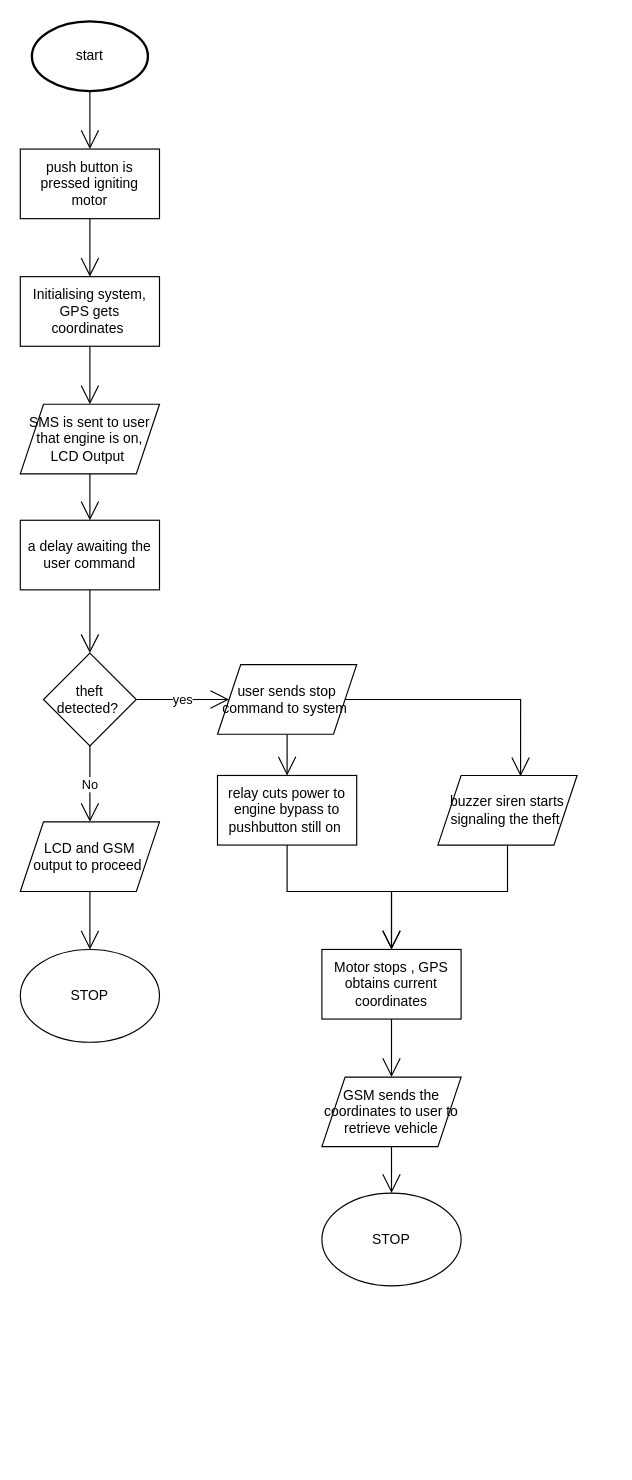
Above: trackerproject.drawio in periskaranga/periskaranga.github.io (draw.io), before the change. Source tidied: cells renumbered, new cells numbered last; positions are measured from the earlier drawing's top-left corner, leaving out a move shared by most shapes. Both pictures are drawn from the tidied source at 116%, with x=0, y=0 at pixel (20, 21).
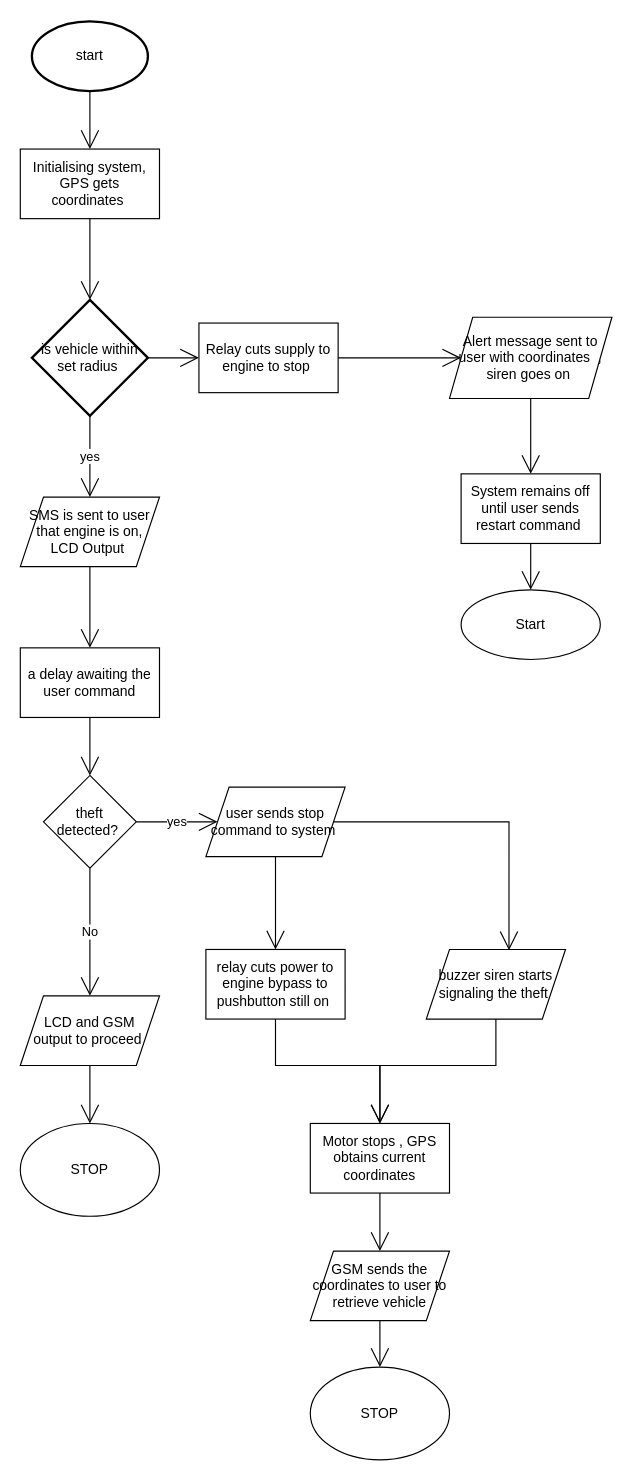
The same page after the edit.

The change refers to these unchanged cells:
```xml
<mxCell id="3" value="start" style="strokeWidth=2;html=1;shape=mxgraph.flowchart.start_1;whiteSpace=wrap;hachureGap=4;" parent="1" vertex="1">
  <mxGeometry x="10" width="100" height="60" as="geometry" />
</mxCell>
```

Change to the diagram source:
```diff
@@
-    <mxCell id="2" style="edgeStyle=none;curved=1;rounded=0;jettySize=auto;html=1;exitX=0.5;exitY=1;exitDx=0;exitDy=0;exitPerimeter=0;entryX=0.5;entryY=0;entryDx=0;entryDy=0;endArrow=open;startSize=14;endSize=14;sourcePerimeterSpacing=8;targetPerimeterSpacing=8;" parent="1" edge="1" source="3" target="7">
-      <mxGeometry relative="1" as="geometry" />
+    <mxCell id="2" style="edgeStyle=none;curved=1;rounded=0;jettySize=auto;html=1;exitX=0.5;exitY=1;exitDx=0;exitDy=0;exitPerimeter=0;entryX=0.5;entryY=0;entryDx=0;entryDy=0;endArrow=open;startSize=14;endSize=14;sourcePerimeterSpacing=8;targetPerimeterSpacing=8;" parent="1" edge="1" source="3">
+      <mxGeometry relative="1" as="geometry">
+        <mxPoint x="60" y="110" as="targetPoint" />
+      </mxGeometry>
     </mxCell>
@@
-    <mxCell id="4" style="edgeStyle=none;curved=1;rounded=0;jettySize=auto;html=1;exitX=0.5;exitY=1;exitDx=0;exitDy=0;entryX=0.5;entryY=0;entryDx=0;entryDy=0;endArrow=open;startSize=14;endSize=14;sourcePerimeterSpacing=8;targetPerimeterSpacing=8;" parent="1" edge="1" source="5" target="9">
+    <mxCell id="4" style="edgeStyle=orthogonalEdgeStyle;rounded=0;jettySize=auto;html=1;exitX=0.5;exitY=1;exitDx=0;exitDy=0;entryX=0.5;entryY=0;entryDx=0;entryDy=0;endArrow=open;startSize=14;endSize=14;sourcePerimeterSpacing=8;targetPerimeterSpacing=8;" parent="1" edge="1" source="5" target="9">
       <mxGeometry relative="1" as="geometry" />
     </mxCell>
     <mxCell id="5" value="SMS is sent to user that engine is on, LCD Output&amp;nbsp;" style="shape=parallelogram;perimeter=parallelogramPerimeter;whiteSpace=wrap;html=1;fixedSize=1;hachureGap=4;" parent="1" vertex="1">
-      <mxGeometry y="330" width="120" height="60" as="geometry" />
+      <mxGeometry y="410" width="120" height="60" as="geometry" />
     </mxCell>
-    <mxCell id="6" style="edgeStyle=none;curved=1;rounded=0;jettySize=auto;html=1;exitX=0.5;exitY=1;exitDx=0;exitDy=0;entryX=0.5;entryY=0;entryDx=0;entryDy=0;endArrow=open;startSize=14;endSize=14;sourcePerimeterSpacing=8;targetPerimeterSpacing=8;" parent="1" edge="1" source="7" target="16">
-      <mxGeometry relative="1" as="geometry" />
+    <mxCell id="6" style="edgeStyle=none;curved=1;rounded=0;jettySize=auto;html=1;exitX=0.5;exitY=1;exitDx=0;exitDy=0;entryX=0.5;entryY=0;entryDx=0;entryDy=0;endArrow=open;startSize=14;endSize=14;sourcePerimeterSpacing=8;targetPerimeterSpacing=8;" parent="1" edge="1" target="16">
+      <mxGeometry relative="1" as="geometry">
+        <mxPoint x="60" y="170" as="sourcePoint" />
+      </mxGeometry>
     </mxCell>
-    <mxCell id="7" value="push button is pressed igniting motor" style="rounded=0;whiteSpace=wrap;html=1;hachureGap=4;" parent="1" vertex="1">
-      <mxGeometry y="110" width="120" height="60" as="geometry" />
-    </mxCell>
@@
     <mxCell id="9" value="a delay awaiting the user command" style="rounded=0;whiteSpace=wrap;html=1;hachureGap=4;" parent="1" vertex="1">
-      <mxGeometry y="430" width="120" height="60" as="geometry" />
+      <mxGeometry y="540" width="120" height="60" as="geometry" />
     </mxCell>
@@
     <mxCell id="12" value="theft detected?&amp;nbsp;" style="rhombus;whiteSpace=wrap;html=1;hachureGap=4;" parent="1" vertex="1">
-      <mxGeometry x="20" y="544.5" width="80" height="80" as="geometry" />
+      <mxGeometry x="20" y="650" width="80" height="80" as="geometry" />
     </mxCell>
@@
     <mxCell id="14" value="LCD and GSM &lt;br&gt;output to proceed&amp;nbsp;" style="shape=parallelogram;perimeter=parallelogramPerimeter;whiteSpace=wrap;html=1;fixedSize=1;hachureGap=4;" parent="1" vertex="1">
-      <mxGeometry y="690" width="120" height="60" as="geometry" />
+      <mxGeometry y="840" width="120" height="60" as="geometry" />
     </mxCell>
-    <mxCell id="15" style="edgeStyle=none;curved=1;rounded=0;jettySize=auto;html=1;exitX=0.5;exitY=1;exitDx=0;exitDy=0;entryX=0.5;entryY=0;entryDx=0;entryDy=0;endArrow=open;startSize=14;endSize=14;sourcePerimeterSpacing=8;targetPerimeterSpacing=8;" parent="1" edge="1" source="16" target="5">
-      <mxGeometry relative="1" as="geometry" />
-    </mxCell>
+    <mxCell id="31" style="edgeStyle=orthogonalEdgeStyle;rounded=0;jettySize=auto;html=1;exitX=0.5;exitY=1;exitDx=0;exitDy=0;entryX=0.5;entryY=0;entryDx=0;entryDy=0;entryPerimeter=0;endArrow=open;startSize=14;endSize=14;sourcePerimeterSpacing=8;targetPerimeterSpacing=8;" parent="1" edge="1" source="16" target="34">
+      <mxGeometry relative="1" as="geometry" />
+    </mxCell>
     <mxCell id="16" value="Initialising system, GPS gets coordinates&amp;nbsp;" style="rounded=0;whiteSpace=wrap;html=1;hachureGap=4;" parent="1" vertex="1">
-      <mxGeometry y="220" width="120" height="60" as="geometry" />
+      <mxGeometry y="110" width="120" height="60" as="geometry" />
     </mxCell>
@@
     <mxCell id="19" value="user sends stop command to system&amp;nbsp;" style="shape=parallelogram;perimeter=parallelogramPerimeter;whiteSpace=wrap;html=1;fixedSize=1;hachureGap=4;" parent="1" vertex="1">
-      <mxGeometry x="170" y="554.5" width="120" height="60" as="geometry" />
+      <mxGeometry x="160" y="660" width="120" height="60" as="geometry" />
     </mxCell>
     <mxCell id="20" style="edgeStyle=none;curved=1;rounded=0;jettySize=auto;html=1;exitX=1;exitY=0.5;exitDx=0;exitDy=0;endArrow=open;startSize=14;endSize=14;sourcePerimeterSpacing=8;targetPerimeterSpacing=8;" parent="1" edge="1" source="22">
       <mxGeometry relative="1" as="geometry">
-        <mxPoint x="242" y="680" as="targetPoint" />
+        <mxPoint x="232" y="830" as="targetPoint" />
       </mxGeometry>
     </mxCell>
@@
     <mxCell id="22" value="relay cuts power to engine bypass to pushbutton still on&amp;nbsp;" style="rounded=0;whiteSpace=wrap;html=1;hachureGap=4;" parent="1" vertex="1">
-      <mxGeometry x="170" y="650" width="120" height="60" as="geometry" />
+      <mxGeometry x="160" y="800" width="120" height="60" as="geometry" />
     </mxCell>
@@
     <mxCell id="24" value="buzzer siren starts signaling the theft&amp;nbsp;" style="shape=parallelogram;perimeter=parallelogramPerimeter;whiteSpace=wrap;html=1;fixedSize=1;hachureGap=4;" parent="1" vertex="1">
-      <mxGeometry x="360" y="650" width="120" height="60" as="geometry" />
+      <mxGeometry x="350" y="800" width="120" height="60" as="geometry" />
     </mxCell>
     <mxCell id="25" value="STOP" style="ellipse;whiteSpace=wrap;html=1;hachureGap=4;" parent="1" vertex="1">
-      <mxGeometry y="800" width="120" height="80" as="geometry" />
+      <mxGeometry y="950" width="120" height="80" as="geometry" />
     </mxCell>
@@
     <mxCell id="27" value="Motor stops , GPS obtains current coordinates" style="rounded=0;whiteSpace=wrap;html=1;hachureGap=4;" parent="1" vertex="1">
-      <mxGeometry x="260" y="800" width="120" height="60" as="geometry" />
+      <mxGeometry x="250" y="950" width="120" height="60" as="geometry" />
     </mxCell>
@@
     <mxCell id="29" value="GSM sends the coordinates to user to retrieve vehicle" style="shape=parallelogram;perimeter=parallelogramPerimeter;whiteSpace=wrap;html=1;fixedSize=1;hachureGap=4;" parent="1" vertex="1">
-      <mxGeometry x="260" y="910" width="120" height="60" as="geometry" />
+      <mxGeometry x="250" y="1060" width="120" height="60" as="geometry" />
     </mxCell>
     <mxCell id="30" value="STOP" style="ellipse;whiteSpace=wrap;html=1;hachureGap=4;" parent="1" vertex="1">
-      <mxGeometry x="260" y="1010" width="120" height="80" as="geometry" />
+      <mxGeometry x="250" y="1160" width="120" height="80" as="geometry" />
     </mxCell>
+    <mxCell id="32" value="yes" style="edgeStyle=orthogonalEdgeStyle;rounded=0;jettySize=auto;html=1;exitX=0.5;exitY=1;exitDx=0;exitDy=0;exitPerimeter=0;entryX=0.5;entryY=0;entryDx=0;entryDy=0;endArrow=open;startSize=14;endSize=14;sourcePerimeterSpacing=8;targetPerimeterSpacing=8;" parent="1" edge="1" source="34" target="5">
+      <mxGeometry relative="1" as="geometry" />
+    </mxCell>
+    <mxCell id="33" style="edgeStyle=orthogonalEdgeStyle;rounded=0;jettySize=auto;html=1;exitX=1;exitY=0.5;exitDx=0;exitDy=0;exitPerimeter=0;entryX=0;entryY=0.5;entryDx=0;entryDy=0;endArrow=open;startSize=14;endSize=14;sourcePerimeterSpacing=8;targetPerimeterSpacing=8;" parent="1" edge="1" source="34" target="38">
+      <mxGeometry relative="1" as="geometry" />
+    </mxCell>
+    <mxCell id="34" value="is vehicle within set radius&amp;nbsp;" style="strokeWidth=2;html=1;shape=mxgraph.flowchart.decision;whiteSpace=wrap;hachureGap=4;" parent="1" vertex="1">
+      <mxGeometry x="10" y="240" width="100" height="100" as="geometry" />
+    </mxCell>
+    <mxCell id="35" style="edgeStyle=orthogonalEdgeStyle;rounded=0;jettySize=auto;html=1;exitX=0.5;exitY=1;exitDx=0;exitDy=0;entryX=0.5;entryY=0;entryDx=0;entryDy=0;endArrow=open;startSize=14;endSize=14;sourcePerimeterSpacing=8;targetPerimeterSpacing=8;" parent="1" edge="1" source="36" target="40">
+      <mxGeometry relative="1" as="geometry" />
+    </mxCell>
+    <mxCell id="36" value="Alert message sent to user with coordinates&amp;nbsp; , siren goes on&amp;nbsp;" style="shape=parallelogram;perimeter=parallelogramPerimeter;whiteSpace=wrap;html=1;fixedSize=1;hachureGap=4;" parent="1" vertex="1">
+      <mxGeometry x="370" y="255" width="140" height="70" as="geometry" />
+    </mxCell>
+    <mxCell id="37" style="edgeStyle=orthogonalEdgeStyle;rounded=0;jettySize=auto;html=1;exitX=1;exitY=0.5;exitDx=0;exitDy=0;entryX=0;entryY=0.5;entryDx=0;entryDy=0;endArrow=open;startSize=14;endSize=14;sourcePerimeterSpacing=8;targetPerimeterSpacing=8;" parent="1" edge="1" source="38" target="36">
+      <mxGeometry relative="1" as="geometry" />
+    </mxCell>
+    <mxCell id="38" value="Relay cuts supply to engine to stop&amp;nbsp;" style="rounded=0;whiteSpace=wrap;html=1;hachureGap=4;" parent="1" vertex="1">
+      <mxGeometry x="154" y="260" width="120" height="60" as="geometry" />
+    </mxCell>
+    <mxCell id="39" style="edgeStyle=orthogonalEdgeStyle;rounded=0;jettySize=auto;html=1;exitX=0.5;exitY=1;exitDx=0;exitDy=0;entryX=0.5;entryY=0;entryDx=0;entryDy=0;endArrow=open;startSize=14;endSize=14;sourcePerimeterSpacing=8;targetPerimeterSpacing=8;" parent="1" edge="1" source="40">
+      <mxGeometry relative="1" as="geometry">
+        <mxPoint x="440" y="490" as="targetPoint" />
+      </mxGeometry>
+    </mxCell>
+    <mxCell id="40" value="System remains off until user sends restart command&amp;nbsp;" style="rounded=0;whiteSpace=wrap;html=1;hachureGap=4;" parent="1" vertex="1">
+      <mxGeometry x="380" y="390" width="120" height="60" as="geometry" />
+    </mxCell>
+    <mxCell id="41" value="Start" style="ellipse;whiteSpace=wrap;html=1;hachureGap=4;" parent="1" vertex="1">
+      <mxGeometry x="380" y="490" width="120" height="60" as="geometry" />
+    </mxCell>
```
